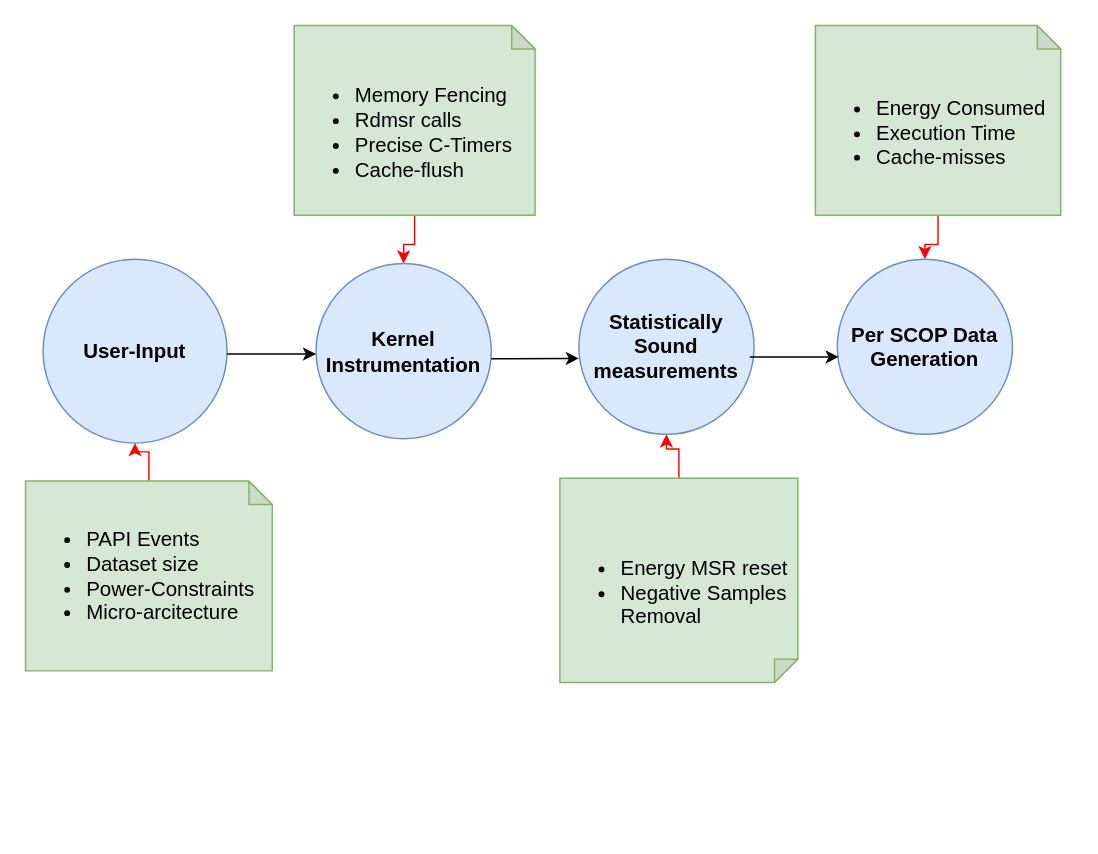
The draw.io diagram MTP_2/Untitled Diagram.drawio in ShikharJain97/MTP, before the edit. Source tidied: cells renumbered, new cells numbered last; positions are measured from the earlier drawing's top-left corner, leaving out a move shared by most shapes. Both pictures are drawn from the tidied source at 146%, with x=0, y=0 at pixel (25, 25).
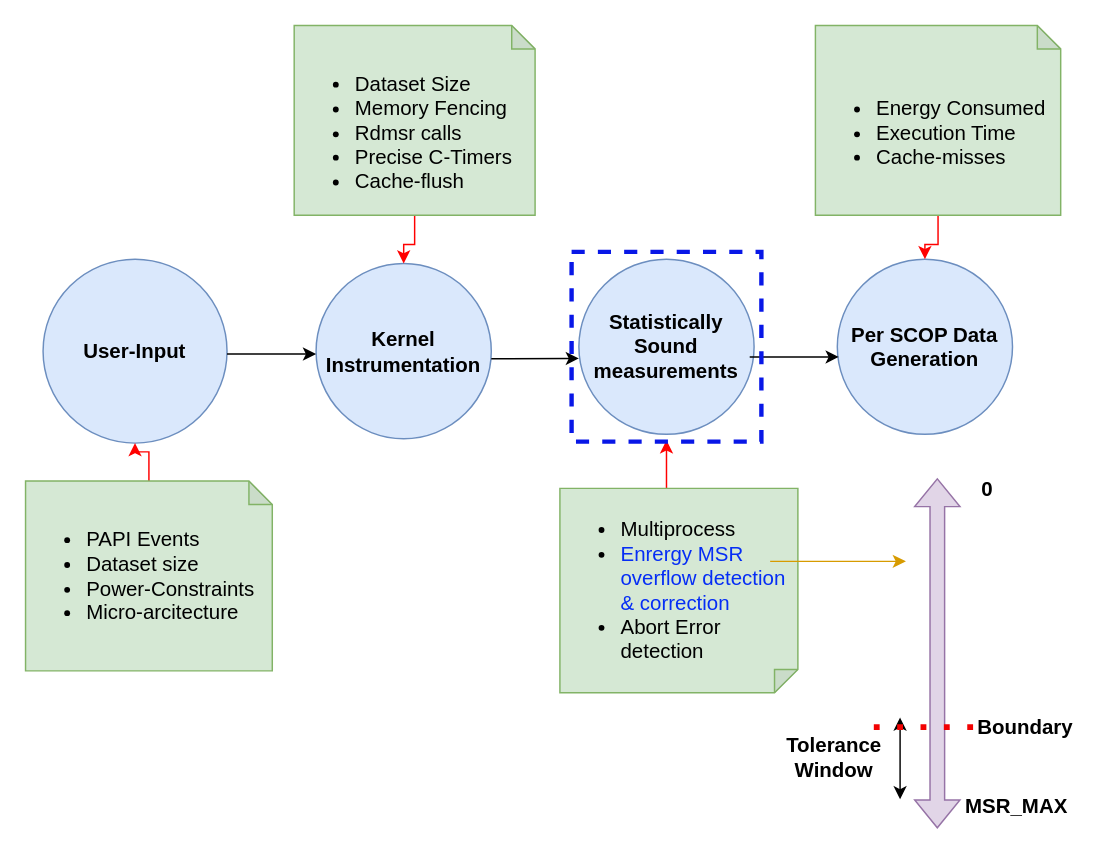
The same diagram, later.

The change refers to these unchanged cells:
```xml
<mxCell id="4" value="&lt;b&gt;&lt;font style=&quot;font-size: 14px;&quot;&gt;Statistically Sound measurements&lt;/font&gt;&lt;/b&gt;" style="ellipse;whiteSpace=wrap;html=1;fillColor=#dae8fc;strokeColor=#6c8ebf;" parent="1" vertex="1">
  <mxGeometry x="379" y="160" width="120" height="120" as="geometry" />
</mxCell>
```

The edit, as a diff of the source:
```diff
@@
-    <mxCell id="10" value="&lt;div style=&quot;font-size: 14px;&quot;&gt;&lt;font style=&quot;font-size: 14px;&quot;&gt;&lt;br&gt;&lt;/font&gt;&lt;/div&gt;&lt;ul style=&quot;font-size: 14px;&quot;&gt;&lt;li style=&quot;&quot;&gt;&lt;span style=&quot;background-color: initial;&quot;&gt;&lt;font style=&quot;font-size: 14px;&quot;&gt;Memory Fencing&lt;/font&gt;&lt;/span&gt;&lt;/li&gt;&lt;li style=&quot;&quot;&gt;&lt;font style=&quot;font-size: 14px;&quot;&gt;&lt;span style=&quot;background-color: initial;&quot;&gt;Rdmsr calls&lt;/span&gt;&lt;br&gt;&lt;/font&gt;&lt;/li&gt;&lt;li style=&quot;&quot;&gt;&lt;font style=&quot;font-size: 14px;&quot;&gt;Precise C-Timers&lt;/font&gt;&lt;/li&gt;&lt;li style=&quot;&quot;&gt;&lt;font style=&quot;font-size: 14px;&quot;&gt;Cache-flush&lt;/font&gt;&lt;/li&gt;&lt;/ul&gt;" style="shape=note;whiteSpace=wrap;html=1;backgroundOutline=1;darkOpacity=0.05;size=16;fillColor=#d5e8d4;strokeColor=#82b366;align=left;" parent="1" vertex="1">
+    <mxCell id="10" value="&lt;div style=&quot;font-size: 14px;&quot;&gt;&lt;font style=&quot;font-size: 14px;&quot;&gt;&lt;br&gt;&lt;/font&gt;&lt;/div&gt;&lt;ul style=&quot;font-size: 14px;&quot;&gt;&lt;li style=&quot;&quot;&gt;&lt;span style=&quot;background-color: initial;&quot;&gt;&lt;font style=&quot;font-size: 14px;&quot;&gt;Dataset Size&lt;/font&gt;&lt;/span&gt;&lt;/li&gt;&lt;li style=&quot;&quot;&gt;&lt;span style=&quot;background-color: initial;&quot;&gt;&lt;font style=&quot;font-size: 14px;&quot;&gt;Memory Fencing&lt;/font&gt;&lt;/span&gt;&lt;/li&gt;&lt;li style=&quot;&quot;&gt;&lt;font style=&quot;font-size: 14px;&quot;&gt;&lt;span style=&quot;background-color: initial;&quot;&gt;Rdmsr calls&lt;/span&gt;&lt;br&gt;&lt;/font&gt;&lt;/li&gt;&lt;li style=&quot;&quot;&gt;&lt;font style=&quot;font-size: 14px;&quot;&gt;Precise C-Timers&lt;/font&gt;&lt;/li&gt;&lt;li style=&quot;&quot;&gt;&lt;font style=&quot;font-size: 14px;&quot;&gt;Cache-flush&lt;/font&gt;&lt;/li&gt;&lt;/ul&gt;" style="shape=note;whiteSpace=wrap;html=1;backgroundOutline=1;darkOpacity=0.05;size=16;fillColor=#d5e8d4;strokeColor=#82b366;align=left;" parent="1" vertex="1">
       <mxGeometry x="184" width="165" height="130" as="geometry" />
     </mxCell>
-    <mxCell id="11" style="edgeStyle=orthogonalEdgeStyle;rounded=0;jettySize=auto;html=1;strokeColor=#FF0000;" parent="1" edge="1" source="12" target="4">
-      <mxGeometry relative="1" as="geometry" />
+    <mxCell id="11" style="edgeStyle=orthogonalEdgeStyle;rounded=0;orthogonalLoop=1;jettySize=auto;html=1;strokeColor=#FF0000;" parent="1" edge="1">
+      <mxGeometry relative="1" as="geometry">
+        <mxPoint x="447.5" y="321" as="sourcePoint" />
+        <mxPoint x="439" y="284" as="targetPoint" />
+      </mxGeometry>
     </mxCell>
-    <mxCell id="12" value="&lt;div style=&quot;font-size: 14px;&quot;&gt;&lt;font style=&quot;font-size: 14px;&quot;&gt;&lt;br&gt;&lt;/font&gt;&lt;/div&gt;&lt;ul style=&quot;font-size: 14px;&quot;&gt;&lt;li style=&quot;&quot;&gt;&lt;font style=&quot;font-size: 14px;&quot;&gt;Energy MSR reset&lt;/font&gt;&lt;/li&gt;&lt;li style=&quot;&quot;&gt;&lt;font style=&quot;font-size: 14px;&quot;&gt;Negative Samples Removal&lt;/font&gt;&lt;/li&gt;&lt;/ul&gt;" style="shape=note;whiteSpace=wrap;html=1;backgroundOutline=1;darkOpacity=0.05;size=16;direction=south;fillColor=#d5e8d4;strokeColor=#82b366;align=left;" parent="1" vertex="1">
-      <mxGeometry x="366" y="310" width="163" height="140" as="geometry" />
+    <mxCell id="12" value="&lt;ul style=&quot;font-size: 14px;&quot;&gt;&lt;li style=&quot;&quot;&gt;Multiprocess&lt;/li&gt;&lt;li style=&quot;&quot;&gt;&lt;font color=&quot;#052df5&quot;&gt;Enrergy MSR overflow detection &amp;amp; correction&lt;/font&gt;&lt;/li&gt;&lt;li style=&quot;&quot;&gt;Abort Error detection&lt;/li&gt;&lt;/ul&gt;" style="shape=note;whiteSpace=wrap;html=1;backgroundOutline=1;darkOpacity=0.05;size=16;direction=south;fillColor=#d5e8d4;strokeColor=#82b366;align=left;" parent="1" vertex="1">
+      <mxGeometry x="366" y="317" width="163" height="140" as="geometry" />
     </mxCell>
@@
+    <mxCell id="17" style="whiteSpace=wrap;html=1;fillColor=none;dashed=1;strokeWidth=3;strokeColor=#0817e7;" parent="1" vertex="1">
+      <mxGeometry x="374" y="155" width="130" height="130" as="geometry" />
+    </mxCell>
+    <mxCell id="18" style="shape=flexArrow;endArrow=classic;startArrow=classic;html=1;rounded=0;fillColor=#e1d5e7;strokeColor=#9673a6;" parent="1" edge="1">
+      <mxGeometry relative="1" as="geometry">
+        <mxPoint x="624.5" y="550" as="sourcePoint" />
+        <mxPoint x="624.5" y="310" as="targetPoint" />
+      </mxGeometry>
+    </mxCell>
+    <mxCell id="19" value="&lt;b&gt;&lt;font style=&quot;font-size: 14px;&quot;&gt;0&lt;/font&gt;&lt;/b&gt;" style="text;strokeColor=none;align=center;fillColor=none;html=1;verticalAlign=middle;whiteSpace=wrap;rounded=0;" parent="1" vertex="1">
+      <mxGeometry x="629" y="303" width="60" height="30" as="geometry" />
+    </mxCell>
+    <mxCell id="20" value="&lt;b&gt;&lt;font style=&quot;font-size: 14px;&quot;&gt;MSR_MAX&lt;/font&gt;&lt;/b&gt;" style="text;strokeColor=none;align=center;fillColor=none;html=1;verticalAlign=middle;whiteSpace=wrap;rounded=0;" parent="1" vertex="1">
+      <mxGeometry x="649" y="520" width="60" height="30" as="geometry" />
+    </mxCell>
+    <mxCell id="21" value="&lt;b&gt;&lt;font style=&quot;font-size: 14px;&quot;&gt;Boundary&lt;/font&gt;&lt;/b&gt;" style="text;strokeColor=none;align=center;fillColor=none;html=1;verticalAlign=middle;whiteSpace=wrap;rounded=0;" parent="1" vertex="1">
+      <mxGeometry x="655" y="466" width="60" height="30" as="geometry" />
+    </mxCell>
+    <mxCell id="22" style="endArrow=classic;startArrow=classic;html=1;rounded=0;" parent="1" edge="1">
+      <mxGeometry relative="1" as="geometry">
+        <mxPoint x="599" y="530" as="sourcePoint" />
+        <mxPoint x="599" y="474" as="targetPoint" />
+      </mxGeometry>
+    </mxCell>
+    <mxCell id="23" value="&lt;b&gt;&lt;font style=&quot;font-size: 14px;&quot;&gt;Tolerance Window&lt;/font&gt;&lt;/b&gt;" style="text;strokeColor=none;align=center;fillColor=none;html=1;verticalAlign=middle;whiteSpace=wrap;rounded=0;" parent="1" vertex="1">
+      <mxGeometry x="524" y="486" width="60" height="30" as="geometry" />
+    </mxCell>
+    <mxCell id="24" style="endArrow=none;dashed=1;html=1;dashPattern=1 3;strokeWidth=4;rounded=0;strokeColor=#f20202;" parent="1" edge="1">
+      <mxGeometry relative="1" as="geometry">
+        <mxPoint x="581" y="480.5" as="sourcePoint" />
+        <mxPoint x="651" y="480.5" as="targetPoint" />
+      </mxGeometry>
+    </mxCell>
+    <mxCell id="25" style="endArrow=classic;html=1;rounded=0;fillColor=#ffe6cc;strokeColor=#d79b00;" parent="1" edge="1">
+      <mxGeometry relative="1" as="geometry">
+        <mxPoint x="510" y="367" as="sourcePoint" />
+        <mxPoint x="603" y="367" as="targetPoint" />
+      </mxGeometry>
+    </mxCell>
```
